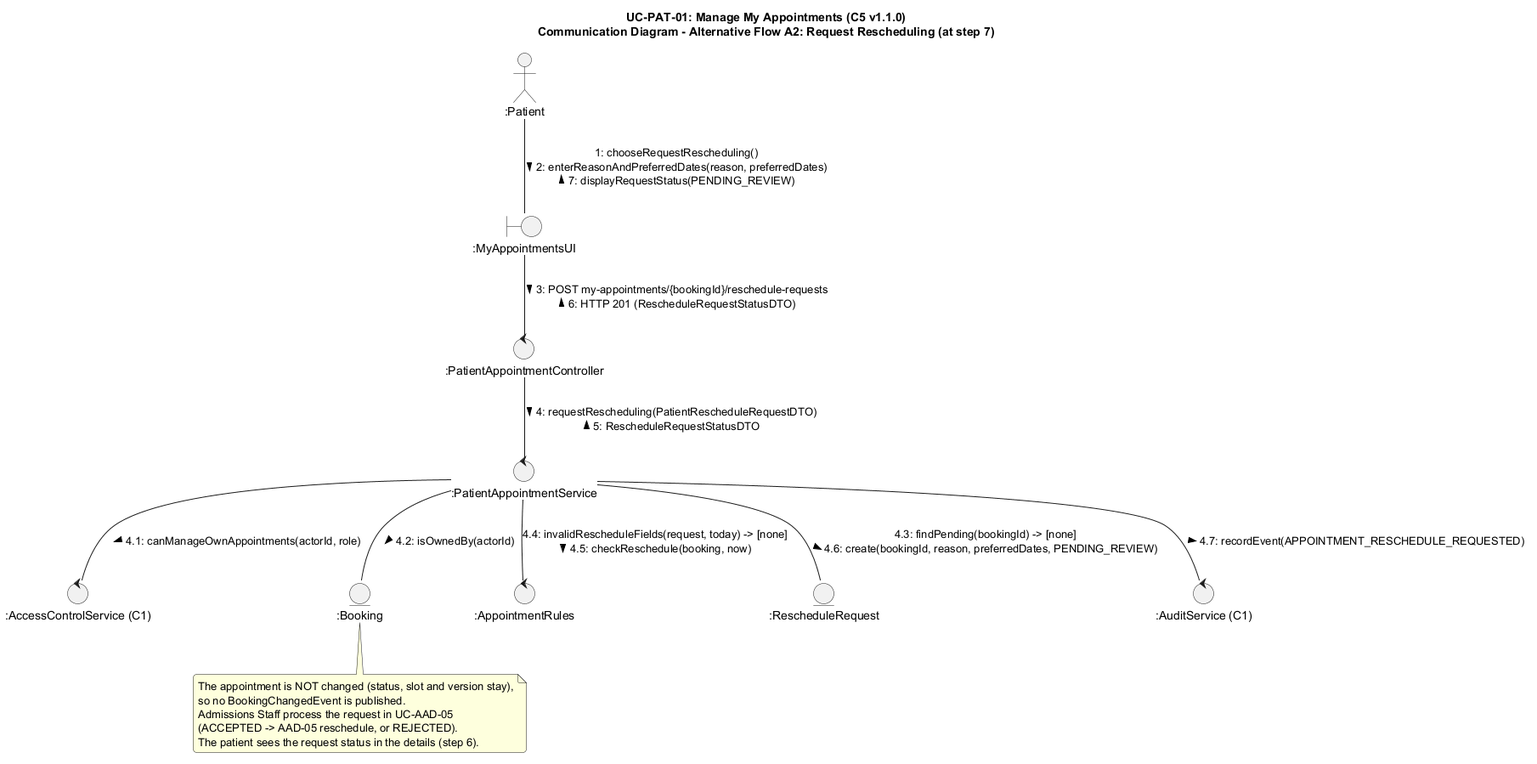
Earlier version of the PlantUML export docs/diagrams/UC-PAT-01/uc-pat-01-comm-alt-a2.png (paticama/ISO26-ISO2-A1.01).
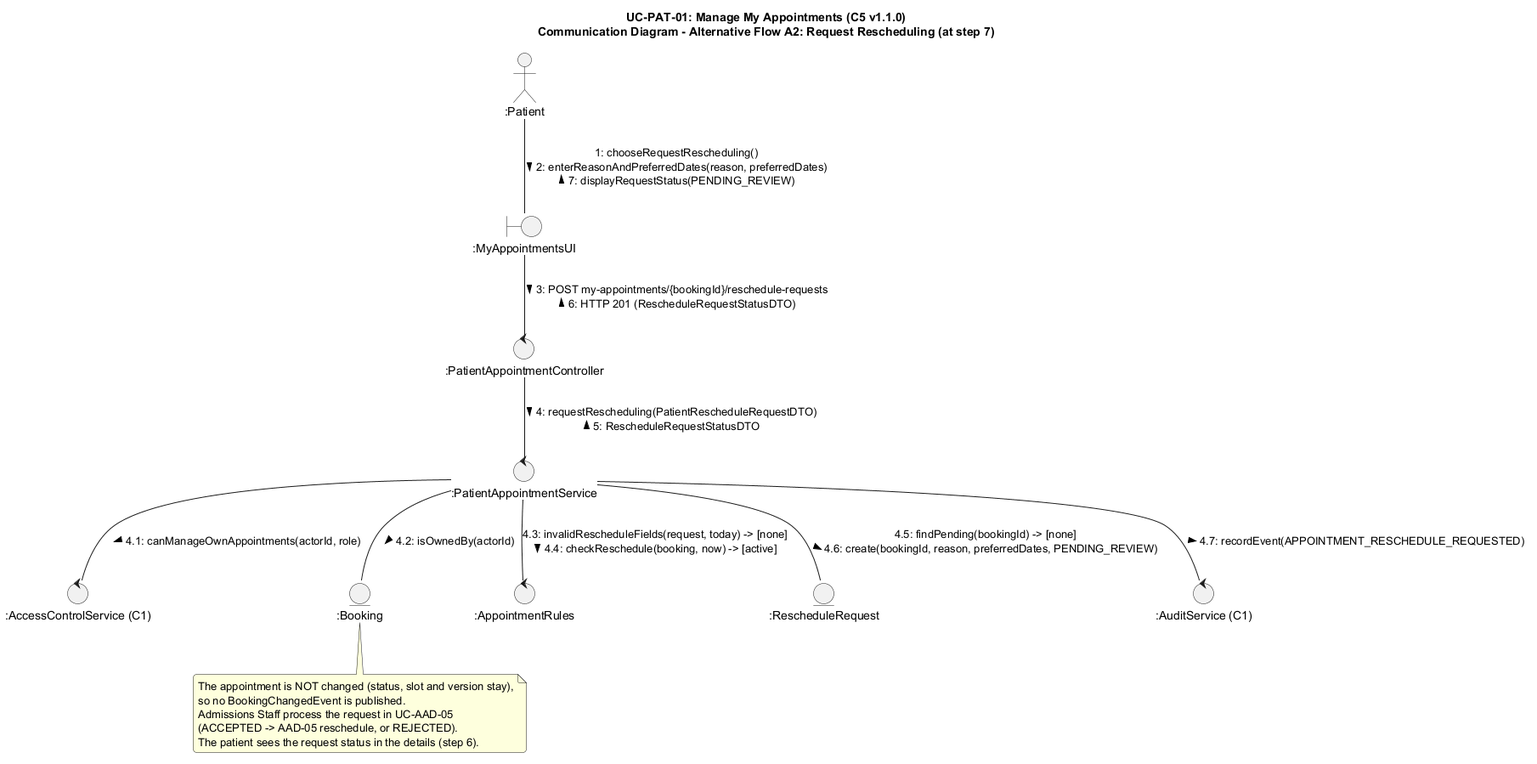
The same file after the commit.

Diff of the diagram source:
```diff
@@ -25,9 +25,9 @@
 
 srv -- booking : 4.2: isOwnedBy(actorId) >
 
-srv -- req : 4.3: findPending(bookingId) -> [none]\n4.6: create(bookingId, reason, preferredDates, PENDING_REVIEW) >
+srv -- req : 4.5: findPending(bookingId) -> [none]\n4.6: create(bookingId, reason, preferredDates, PENDING_REVIEW) >
 
-srv -- rules : 4.4: invalidRescheduleFields(request, today) -> [none]\n4.5: checkReschedule(booking, now) >
+srv -- rules : 4.3: invalidRescheduleFields(request, today) -> [none]\n4.4: checkReschedule(booking, now) -> [active] >
 
 srv -- audit : 4.7: recordEvent(APPOINTMENT_RESCHEDULE_REQUESTED) >
 
```
